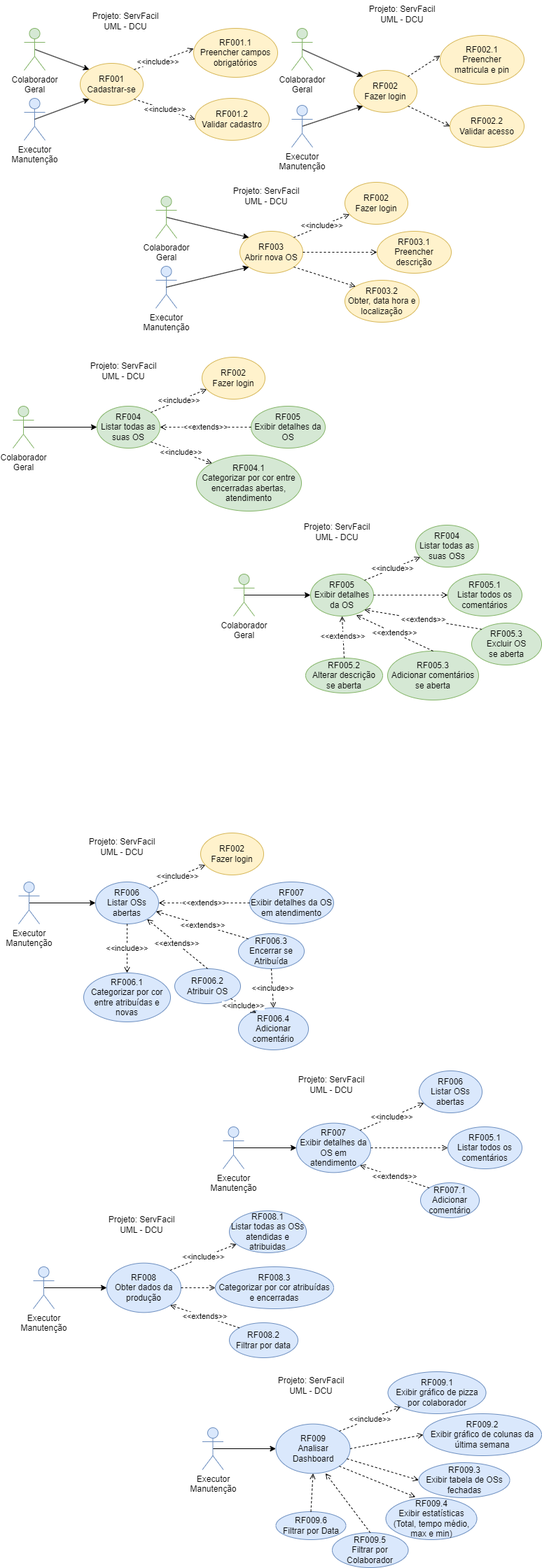
Earlier version of the draw.io export docs/projeto/uml-dcu.png (wellifabio/projetofullexemplo). Source tidied: cells renumbered, new cells last; positions are measured from the earlier drawing's top-left corner, leaving out a move shared by most shapes.
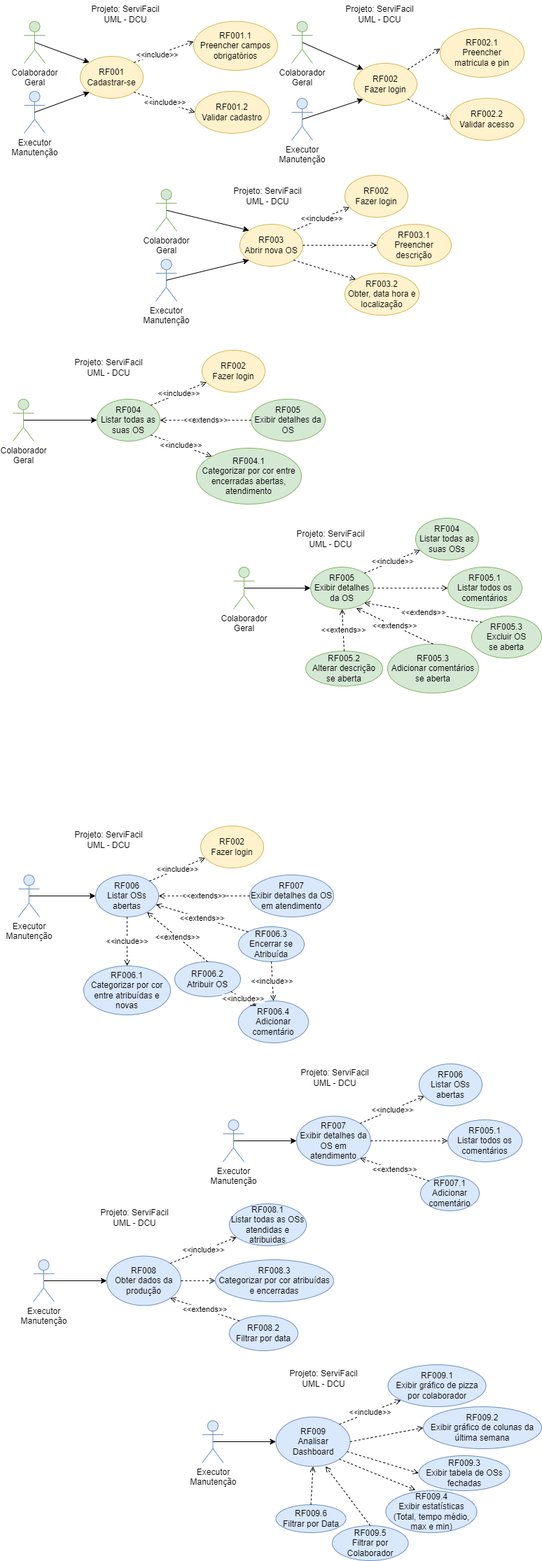
After the change.

The edit, as a diff of the source:
```diff
@@ -59,12 +59,9 @@
     <mxCell id="20" value="Colaborador&lt;div&gt;Geral&lt;/div&gt;" style="shape=umlActor;verticalLabelPosition=bottom;verticalAlign=top;html=1;fillColor=#d5e8d4;strokeColor=#82b366;" parent="1" vertex="1">
       <mxGeometry x="398" y="40" width="30" height="60" as="geometry" />
     </mxCell>
-    <mxCell id="21" value="Projeto: ServFacil&lt;div&gt;UML - DCU&lt;/div&gt;" style="text;html=1;align=center;verticalAlign=middle;whiteSpace=wrap;rounded=0;" parent="1" vertex="1">
+    <mxCell id="21" value="Projeto: ServiFacil&lt;div&gt;UML - DCU&lt;/div&gt;" style="text;html=1;align=center;verticalAlign=middle;whiteSpace=wrap;rounded=0;" parent="1" vertex="1">
       <mxGeometry x="83" y="10" width="156" height="40" as="geometry" />
     </mxCell>
-    <mxCell id="22" value="Projeto: ServFacil&lt;div&gt;UML - DCU&lt;/div&gt;" style="text;html=1;align=center;verticalAlign=middle;whiteSpace=wrap;rounded=0;" parent="1" vertex="1">
-      <mxGeometry x="478" width="156" height="40" as="geometry" />
-    </mxCell>
     <mxCell id="23" value="&lt;div&gt;RF003&lt;/div&gt;Abrir nova OS" style="ellipse;whiteSpace=wrap;html=1;fillColor=#fff2cc;strokeColor=#d6b656;" parent="1" vertex="1">
       <mxGeometry x="324" y="330" width="90" height="60" as="geometry" />
     </mxCell>
@@ -83,9 +80,6 @@
     <mxCell id="28" value="Colaborador&lt;div&gt;Geral&lt;/div&gt;" style="shape=umlActor;verticalLabelPosition=bottom;verticalAlign=top;html=1;fillColor=#d5e8d4;strokeColor=#82b366;" parent="1" vertex="1">
       <mxGeometry x="204" y="280" width="30" height="60" as="geometry" />
     </mxCell>
-    <mxCell id="29" value="Projeto: ServFacil&lt;div&gt;UML - DCU&lt;/div&gt;" style="text;html=1;align=center;verticalAlign=middle;whiteSpace=wrap;rounded=0;" parent="1" vertex="1">
-      <mxGeometry x="284" y="260" width="156" height="40" as="geometry" />
-    </mxCell>
     <mxCell id="30" value="&lt;div&gt;RF002&lt;/div&gt;Fazer login" style="ellipse;whiteSpace=wrap;html=1;fillColor=#fff2cc;strokeColor=#d6b656;" parent="1" vertex="1">
       <mxGeometry x="474" y="260" width="90" height="60" as="geometry" />
     </mxCell>
@@ -113,9 +107,6 @@
     <mxCell id="38" value="Colaborador&lt;div&gt;Geral&lt;/div&gt;" style="shape=umlActor;verticalLabelPosition=bottom;verticalAlign=top;html=1;fillColor=#d5e8d4;strokeColor=#82b366;" parent="1" vertex="1">
       <mxGeometry y="580" width="30" height="60" as="geometry" />
     </mxCell>
-    <mxCell id="39" value="Projeto: ServFacil&lt;div&gt;UML - DCU&lt;/div&gt;" style="text;html=1;align=center;verticalAlign=middle;whiteSpace=wrap;rounded=0;" parent="1" vertex="1">
-      <mxGeometry x="80" y="510" width="156" height="40" as="geometry" />
-    </mxCell>
     <mxCell id="40" value="&lt;div&gt;RF002&lt;/div&gt;Fazer login" style="ellipse;whiteSpace=wrap;html=1;fillColor=#fff2cc;strokeColor=#d6b656;" parent="1" vertex="1">
       <mxGeometry x="270" y="510" width="90" height="60" as="geometry" />
     </mxCell>
@@ -134,9 +125,6 @@
     <mxCell id="45" style="rounded=0;jettySize=auto;html=1;exitX=0.5;exitY=0.5;exitDx=0;exitDy=0;exitPerimeter=0;entryX=0;entryY=0.5;entryDx=0;entryDy=0;" parent="1" edge="1" source="65" target="41">
       <mxGeometry relative="1" as="geometry" />
     </mxCell>
-    <mxCell id="46" value="Projeto: ServFacil&lt;div&gt;UML - DCU&lt;/div&gt;" style="text;html=1;align=center;verticalAlign=middle;whiteSpace=wrap;rounded=0;" parent="1" vertex="1">
-      <mxGeometry x="385" y="740" width="156" height="40" as="geometry" />
-    </mxCell>
     <mxCell id="47" value="&lt;div&gt;RF004&lt;/div&gt;Listar todas as suas OSs" style="ellipse;whiteSpace=wrap;html=1;fillColor=#d5e8d4;strokeColor=#82b366;" parent="1" vertex="1">
       <mxGeometry x="575" y="750" width="90" height="60" as="geometry" />
     </mxCell>
@@ -179,9 +167,6 @@
     <mxCell id="60" style="rounded=0;jettySize=auto;html=1;exitX=0.5;exitY=0.5;exitDx=0;exitDy=0;exitPerimeter=0;entryX=0;entryY=0.5;entryDx=0;entryDy=0;" parent="1" edge="1" source="66" target="56">
       <mxGeometry relative="1" as="geometry" />
     </mxCell>
-    <mxCell id="61" value="Projeto: ServFacil&lt;div&gt;UML - DCU&lt;/div&gt;" style="text;html=1;align=center;verticalAlign=middle;whiteSpace=wrap;rounded=0;" parent="1" vertex="1">
-      <mxGeometry x="377" y="1530" width="156" height="40" as="geometry" />
-    </mxCell>
     <mxCell id="62" value="&lt;div&gt;RF006&lt;/div&gt;Listar OSs abertas" style="ellipse;whiteSpace=wrap;html=1;fillColor=#dae8fc;strokeColor=#6c8ebf;" parent="1" vertex="1">
       <mxGeometry x="580" y="1530" width="90" height="60" as="geometry" />
     </mxCell>
@@ -218,9 +203,6 @@
     <mxCell id="73" style="rounded=0;jettySize=auto;html=1;exitX=0.5;exitY=0.5;exitDx=0;exitDy=0;exitPerimeter=0;entryX=0;entryY=0.5;entryDx=0;entryDy=0;" parent="1" edge="1" source="79" target="69">
       <mxGeometry relative="1" as="geometry" />
     </mxCell>
-    <mxCell id="74" value="Projeto: ServFacil&lt;div&gt;UML - DCU&lt;/div&gt;" style="text;html=1;align=center;verticalAlign=middle;whiteSpace=wrap;rounded=0;" parent="1" vertex="1">
-      <mxGeometry x="78" y="1190" width="156" height="40" as="geometry" />
-    </mxCell>
     <mxCell id="75" value="&lt;div&gt;RF002&lt;/div&gt;Fazer login" style="ellipse;whiteSpace=wrap;html=1;fillColor=#fff2cc;strokeColor=#d6b656;" parent="1" vertex="1">
       <mxGeometry x="268" y="1190" width="90" height="60" as="geometry" />
     </mxCell>
@@ -269,9 +251,6 @@
     <mxCell id="90" style="rounded=0;jettySize=auto;html=1;exitX=0.5;exitY=0.5;exitDx=0;exitDy=0;exitPerimeter=0;entryX=0;entryY=0.5;entryDx=0;entryDy=0;" parent="1" edge="1" source="95" target="86">
       <mxGeometry relative="1" as="geometry" />
     </mxCell>
-    <mxCell id="91" value="Projeto: ServFacil&lt;div&gt;UML - DCU&lt;/div&gt;" style="text;html=1;align=center;verticalAlign=middle;whiteSpace=wrap;rounded=0;" parent="1" vertex="1">
-      <mxGeometry x="106" y="1730" width="156" height="40" as="geometry" />
-    </mxCell>
     <mxCell id="92" value="&lt;div&gt;RF008.1&lt;/div&gt;&lt;div&gt;Listar todas as OSs atendidas e atribuidas&lt;/div&gt;" style="ellipse;whiteSpace=wrap;html=1;fillColor=#dae8fc;strokeColor=#6c8ebf;" parent="1" vertex="1">
       <mxGeometry x="309" y="1730" width="110" height="60" as="geometry" />
     </mxCell>
@@ -299,9 +278,6 @@
     <mxCell id="100" style="rounded=0;jettySize=auto;html=1;exitX=0.5;exitY=0.5;exitDx=0;exitDy=0;exitPerimeter=0;entryX=0;entryY=0.5;entryDx=0;entryDy=0;" parent="1" edge="1" source="104" target="96">
       <mxGeometry relative="1" as="geometry" />
     </mxCell>
-    <mxCell id="101" value="Projeto: ServFacil&lt;div&gt;UML - DCU&lt;/div&gt;" style="text;html=1;align=center;verticalAlign=middle;whiteSpace=wrap;rounded=0;" parent="1" vertex="1">
-      <mxGeometry x="347.5" y="1960" width="156" height="40" as="geometry" />
-    </mxCell>
     <mxCell id="102" value="&lt;div&gt;RF009.1&lt;/div&gt;&lt;div&gt;Exibir gráfico de pizza por colaborador&lt;/div&gt;" style="ellipse;whiteSpace=wrap;html=1;fillColor=#dae8fc;strokeColor=#6c8ebf;" parent="1" vertex="1">
       <mxGeometry x="535.5" y="1960" width="140" height="60" as="geometry" />
     </mxCell>
@@ -332,5 +308,29 @@
     <mxCell id="111" style="rounded=0;jettySize=auto;html=1;entryX=0.668;entryY=0.997;entryDx=0;entryDy=0;endArrow=open;endFill=0;dashed=1;exitX=0.5;exitY=0;exitDx=0;exitDy=0;entryPerimeter=0;" parent="1" edge="1" source="110" target="96">
       <mxGeometry relative="1" as="geometry" />
     </mxCell>
+    <mxCell id="112" value="Projeto: ServiFacil&lt;div&gt;UML - DCU&lt;/div&gt;" style="text;html=1;align=center;verticalAlign=middle;whiteSpace=wrap;rounded=0;" parent="1" vertex="1">
+      <mxGeometry x="446" y="10" width="156" height="40" as="geometry" />
+    </mxCell>
+    <mxCell id="113" value="Projeto: ServiFacil&lt;div&gt;UML - DCU&lt;/div&gt;" style="text;html=1;align=center;verticalAlign=middle;whiteSpace=wrap;rounded=0;" parent="1" vertex="1">
+      <mxGeometry x="286" y="270" width="156" height="40" as="geometry" />
+    </mxCell>
+    <mxCell id="114" value="Projeto: ServiFacil&lt;div&gt;UML - DCU&lt;/div&gt;" style="text;html=1;align=center;verticalAlign=middle;whiteSpace=wrap;rounded=0;" parent="1" vertex="1">
+      <mxGeometry x="59" y="515" width="156" height="40" as="geometry" />
+    </mxCell>
+    <mxCell id="115" value="Projeto: ServiFacil&lt;div&gt;UML - DCU&lt;/div&gt;" style="text;html=1;align=center;verticalAlign=middle;whiteSpace=wrap;rounded=0;" parent="1" vertex="1">
+      <mxGeometry x="375.5" y="760" width="156" height="40" as="geometry" />
+    </mxCell>
+    <mxCell id="116" value="Projeto: ServiFacil&lt;div&gt;UML - DCU&lt;/div&gt;" style="text;html=1;align=center;verticalAlign=middle;whiteSpace=wrap;rounded=0;" parent="1" vertex="1">
+      <mxGeometry x="59" y="1190" width="156" height="40" as="geometry" />
+    </mxCell>
+    <mxCell id="117" value="Projeto: ServiFacil&lt;div&gt;UML - DCU&lt;/div&gt;" style="text;html=1;align=center;verticalAlign=middle;whiteSpace=wrap;rounded=0;" parent="1" vertex="1">
+      <mxGeometry x="382" y="1530" width="156" height="40" as="geometry" />
+    </mxCell>
+    <mxCell id="118" value="Projeto: ServiFacil&lt;div&gt;UML - DCU&lt;/div&gt;" style="text;html=1;align=center;verticalAlign=middle;whiteSpace=wrap;rounded=0;" parent="1" vertex="1">
+      <mxGeometry x="96" y="1730" width="156" height="40" as="geometry" />
+    </mxCell>
+    <mxCell id="119" value="Projeto: ServiFacil&lt;div&gt;UML - DCU&lt;/div&gt;" style="text;html=1;align=center;verticalAlign=middle;whiteSpace=wrap;rounded=0;" parent="1" vertex="1">
+      <mxGeometry x="366" y="1960" width="156" height="40" as="geometry" />
+    </mxCell>
   </root>
 </mxGraphModel>
```
